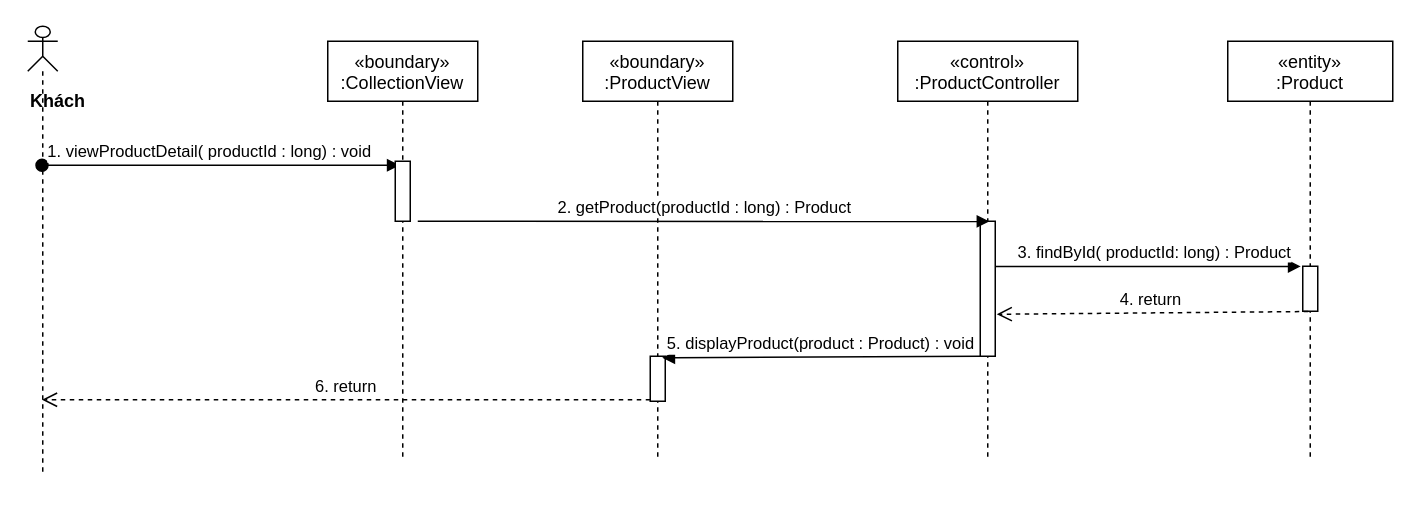
Earlier version of the draw.io diagram sequence diagram/get-ProductDetail-sequence.drawio (nguyenphamvan/datn_20202). Source tidied: cells renumbered, new cells numbered last; positions are measured from the earlier drawing's top-left corner, leaving out a move shared by most shapes. Both pictures are drawn from the tidied source at 150%, with x=0, y=0 at pixel (27, 26).
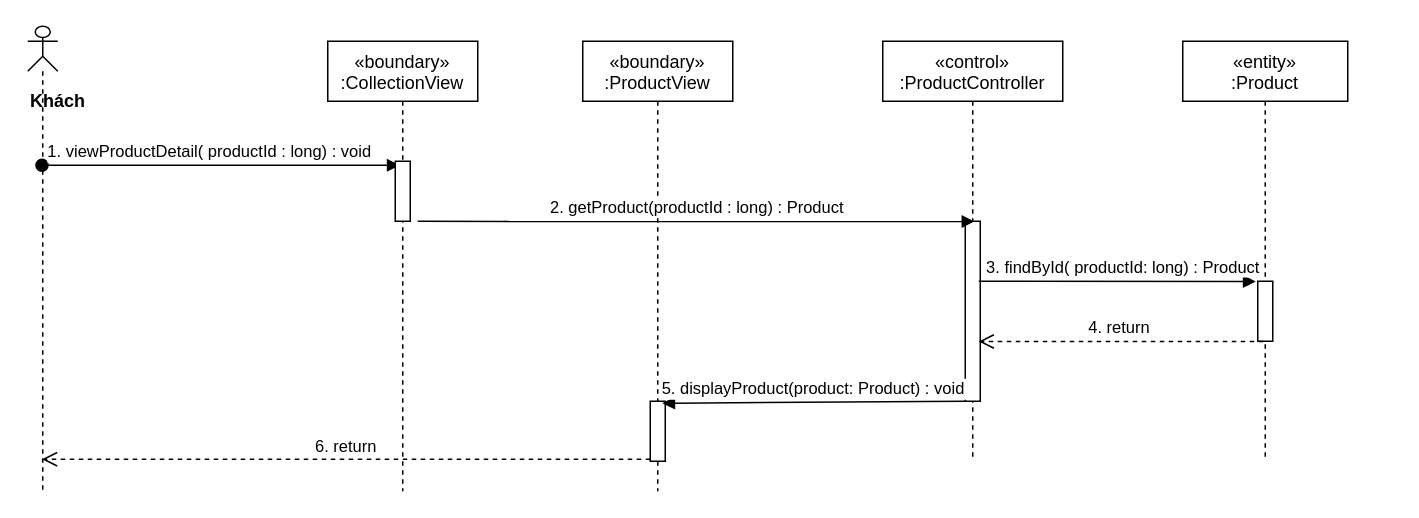
The same diagram, later.

Diff of the diagram source:
```diff
@@
 <mxGraphModel>
   <root>
     <mxCell id="0" />
     <mxCell id="1" parent="0" />
     <mxCell id="2" value="«boundary»&#10;:ProductView" style="shape=umlLifeline;perimeter=lifelinePerimeter;rounded=0;shadow=0;strokeWidth=1;" parent="1" vertex="1">
-      <mxGeometry x="370" y="10" width="100" height="280" as="geometry" />
+      <mxGeometry x="370" y="10" width="100" height="300" as="geometry" />
     </mxCell>
     <mxCell id="3" style="html=1;points=[];perimeter=orthogonalPerimeter;" parent="2" vertex="1">
-      <mxGeometry x="45" y="210" width="10" height="30" as="geometry" />
+      <mxGeometry x="45" y="240" width="10" height="40" as="geometry" />
     </mxCell>
     <mxCell id="4" value="«control»&#10;:ProductController" style="shape=umlLifeline;perimeter=lifelinePerimeter;rounded=0;shadow=0;strokeWidth=1;" parent="1" vertex="1">
-      <mxGeometry x="580" y="10" width="120" height="280" as="geometry" />
+      <mxGeometry x="570" y="10" width="120" height="280" as="geometry" />
     </mxCell>
     <mxCell id="5" style="points=[];perimeter=orthogonalPerimeter;rounded=0;shadow=0;strokeWidth=1;" parent="4" vertex="1">
-      <mxGeometry x="55" y="120" width="10" height="90" as="geometry" />
+      <mxGeometry x="55" y="120" width="10" height="120" as="geometry" />
     </mxCell>
     <mxCell id="6" value="&lt;div&gt;&lt;b&gt;Khách&lt;/b&gt;&lt;/div&gt;" style="shape=umlLifeline;participant=umlActor;perimeter=lifelinePerimeter;whiteSpace=wrap;html=1;verticalAlign=top;spacingTop=36;outlineConnect=0;align=left;size=30;" parent="1" vertex="1">
-      <mxGeometry width="20" height="300" as="geometry" />
+      <mxGeometry width="20" height="310" as="geometry" />
     </mxCell>
     <mxCell id="7" value="1. viewProductDetail( productId : long) : void" style="verticalAlign=bottom;startArrow=oval;endArrow=block;startSize=8;shadow=0;strokeWidth=1;entryX=0.3;entryY=0.067;entryDx=0;entryDy=0;entryPerimeter=0;" parent="1" edge="1" source="6" target="15">
       <mxGeometry x="-0.06" relative="1" as="geometry" />
     </mxCell>
     <mxCell id="8" value="2. getProduct(productId : long) : Product" style="html=1;verticalAlign=bottom;endArrow=block;entryX=0.617;entryY=0.001;entryDx=0;entryDy=0;entryPerimeter=0;exitX=1.5;exitY=1.002;exitDx=0;exitDy=0;exitPerimeter=0;" parent="1" edge="1" source="15" target="5">
       <mxGeometry relative="1" as="geometry" />
     </mxCell>
     <mxCell id="9" value="«entity»&#10;:Product" style="shape=umlLifeline;perimeter=lifelinePerimeter;rounded=0;shadow=0;strokeWidth=1;" parent="1" vertex="1">
-      <mxGeometry x="800" y="10" width="110" height="280" as="geometry" />
+      <mxGeometry x="770" y="10" width="110" height="280" as="geometry" />
     </mxCell>
     <mxCell id="10" style="points=[];perimeter=orthogonalPerimeter;rounded=0;shadow=0;strokeWidth=1;" parent="9" vertex="1">
-      <mxGeometry x="50" y="150" width="10" height="30" as="geometry" />
+      <mxGeometry x="50" y="160" width="10" height="40" as="geometry" />
     </mxCell>
-    <mxCell id="11" value="3. findById( productId: long) : Product" style="html=1;verticalAlign=bottom;endArrow=block;entryX=-0.133;entryY=0.004;entryDx=0;entryDy=0;entryPerimeter=0;" parent="1" edge="1" source="5" target="10">
-      <mxGeometry x="0.04" relative="1" as="geometry" />
+    <mxCell id="11" value="3. findById( productId: long) : Product" style="html=1;verticalAlign=bottom;endArrow=block;entryX=-0.133;entryY=0.004;entryDx=0;entryDy=0;entryPerimeter=0;" parent="1" edge="1" target="10">
+      <mxGeometry x="0.04" relative="1" as="geometry">
+        <mxPoint x="634" y="170" as="sourcePoint" />
+      </mxGeometry>
     </mxCell>
-    <mxCell id="12" value="4. return&amp;nbsp;" style="html=1;verticalAlign=bottom;endArrow=open;dashed=1;endSize=8;exitX=0.367;exitY=1.006;exitDx=0;exitDy=0;exitPerimeter=0;entryX=1.1;entryY=0.689;entryDx=0;entryDy=0;entryPerimeter=0;" parent="1" edge="1" source="10" target="5">
+    <mxCell id="12" value="4. return&amp;nbsp;" style="html=1;verticalAlign=bottom;endArrow=open;dashed=1;endSize=8;exitX=0.367;exitY=1.006;exitDx=0;exitDy=0;exitPerimeter=0;entryX=0.9;entryY=0.668;entryDx=0;entryDy=0;entryPerimeter=0;" parent="1" edge="1" source="10" target="5">
       <mxGeometry relative="1" as="geometry" />
     </mxCell>
-    <mxCell id="13" value="5. displayProduct(product : Product) : void" style="verticalAlign=bottom;endArrow=block;shadow=0;strokeWidth=1;entryX=0.8;entryY=0.033;entryDx=0;entryDy=0;entryPerimeter=0;" parent="1" edge="1" source="5" target="3">
+    <mxCell id="13" value="5. displayProduct(product: Product) : void" style="verticalAlign=bottom;endArrow=block;shadow=0;strokeWidth=1;entryX=0.8;entryY=0.033;entryDx=0;entryDy=0;entryPerimeter=0;" parent="1" edge="1" source="5" target="3">
       <mxGeometry relative="1" as="geometry" />
     </mxCell>
     <mxCell id="14" value="«boundary»&#10;:CollectionView" style="shape=umlLifeline;perimeter=lifelinePerimeter;rounded=0;shadow=0;strokeWidth=1;" parent="1" vertex="1">
-      <mxGeometry x="200" y="10" width="100" height="280" as="geometry" />
+      <mxGeometry x="200" y="10" width="100" height="300" as="geometry" />
     </mxCell>
     <mxCell id="15" style="html=1;points=[];perimeter=orthogonalPerimeter;" parent="14" vertex="1">
       <mxGeometry x="45" y="80" width="10" height="40" as="geometry" />
     </mxCell>
     <mxCell id="16" value="6. return" style="html=1;verticalAlign=bottom;endArrow=open;dashed=1;endSize=8;exitX=0;exitY=0.967;exitDx=0;exitDy=0;exitPerimeter=0;" parent="1" edge="1" source="3" target="6">
       <mxGeometry relative="1" as="geometry" />
     </mxCell>
   </root>
 </mxGraphModel>
```
